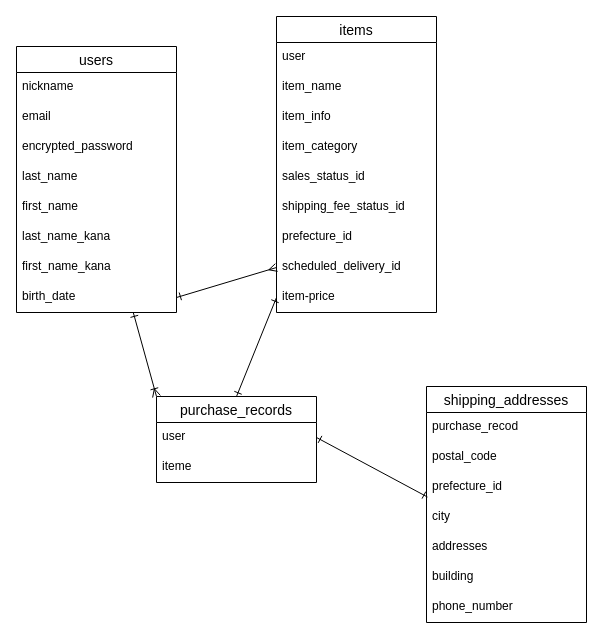
junya1031/furima-39550 keeps this draw.io diagram as test.dio. Above is the earlier version. Source tidied: cells renumbered, new cells numbered last; positions are measured from the earlier drawing's top-left corner, leaving out a move shared by most shapes. Both pictures are drawn from the tidied source at 100%, with x=0, y=0 at pixel (16, 16).
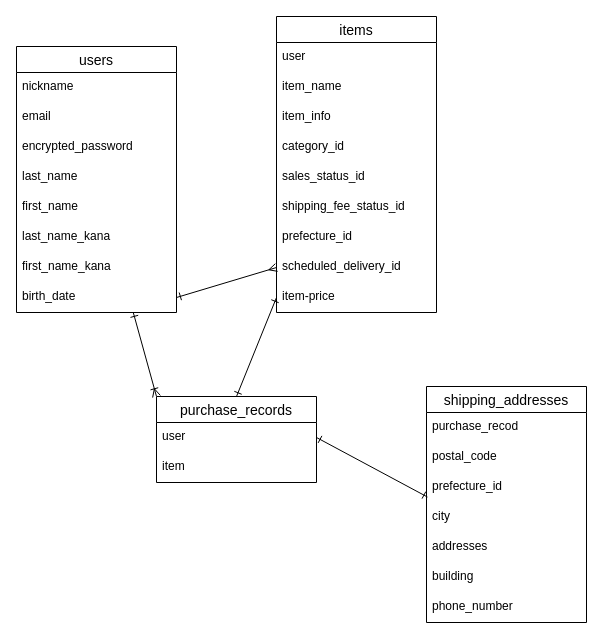
The same page after the edit.

Commit message:
itemスペルミス

Unchanged cells that the change refers to:
```xml
<mxCell id="12" value="items" style="swimlane;fontStyle=0;horizontal=1;startSize=26;align=center;fontSize=14;" parent="1" vertex="1">
  <mxGeometry x="260" width="160" height="296" as="geometry" />
</mxCell>
<mxCell id="31" value="purchase_records" style="swimlane;fontStyle=0;horizontal=1;startSize=26;align=center;fontSize=14;" parent="1" vertex="1">
  <mxGeometry x="140" y="380" width="160" height="86" as="geometry" />
</mxCell>
```

Diff of the diagram source:
```diff
@@
-    <mxCell id="16" value="item_category" style="text;strokeColor=none;fillColor=none;spacingLeft=4;spacingRight=4;overflow=hidden;fontSize=12;" parent="12" vertex="1">
+    <mxCell id="16" value="category_id" style="text;strokeColor=none;fillColor=none;spacingLeft=4;spacingRight=4;overflow=hidden;fontSize=12;" parent="12" vertex="1">
       <mxGeometry y="116" width="160" height="30" as="geometry" />
     </mxCell>
@@
-    <mxCell id="33" value="iteme" style="text;strokeColor=none;fillColor=none;spacingLeft=4;spacingRight=4;overflow=hidden;fontSize=12;" parent="31" vertex="1">
+    <mxCell id="33" value="item" style="text;strokeColor=none;fillColor=none;spacingLeft=4;spacingRight=4;overflow=hidden;fontSize=12;" parent="31" vertex="1">
       <mxGeometry y="56" width="160" height="30" as="geometry" />
     </mxCell>
```
